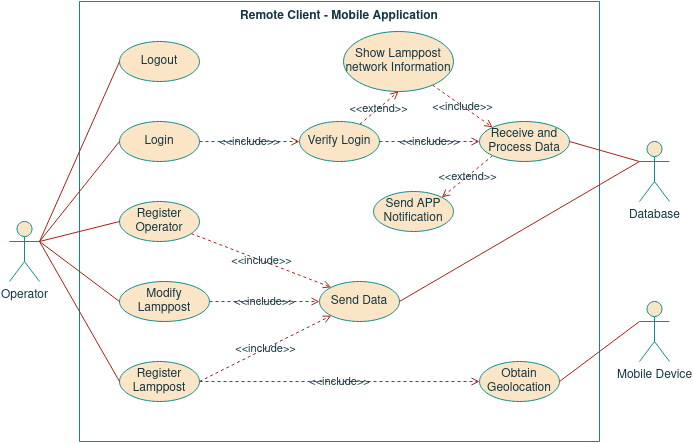
The draw.io diagram project/report/images/06remote_system/AppSystem_UseCases.png in ESRGgroup9/slipad, before a commit. Source tidied: cells renumbered, new cells last; positions are measured from the earlier drawing's top-left corner, leaving out a move shared by most shapes.
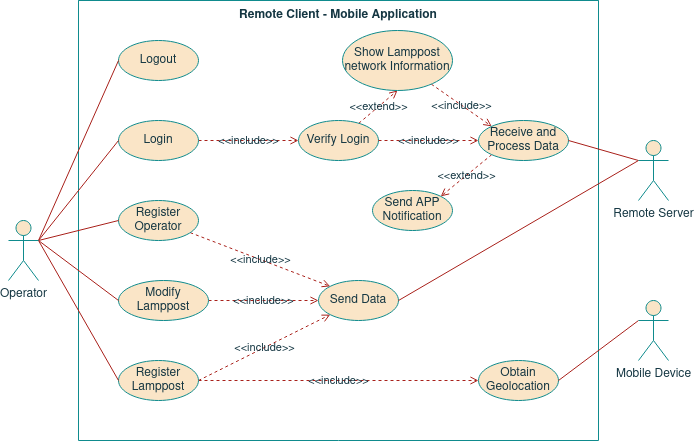
The same file after the commit.

Diff of the diagram source:
```diff
@@ -99,7 +99,7 @@
     <mxCell id="32" style="edgeStyle=none;rounded=0;jettySize=auto;html=1;exitX=0;exitY=0.3333333333333333;exitDx=0;exitDy=0;exitPerimeter=0;entryX=1;entryY=0.5;entryDx=0;entryDy=0;endArrow=none;endFill=0;labelBackgroundColor=#DAD2D8;strokeColor=#A8201A;fontColor=#143642;" parent="1" edge="1" source="33" target="21">
       <mxGeometry relative="1" as="geometry" />
     </mxCell>
-    <mxCell id="33" value="&lt;div&gt;Database&lt;/div&gt;" style="shape=umlActor;verticalLabelPosition=bottom;verticalAlign=top;html=1;outlineConnect=0;fillColor=#FAE5C7;strokeColor=#0F8B8D;fontColor=#143642;" parent="1" vertex="1">
+    <mxCell id="33" value="Remote Server" style="shape=umlActor;verticalLabelPosition=bottom;verticalAlign=top;html=1;outlineConnect=0;fillColor=#FAE5C7;strokeColor=#0F8B8D;fontColor=#143642;" parent="1" vertex="1">
       <mxGeometry x="630" y="140" width="30" height="60" as="geometry" />
     </mxCell>
   </root>
```
